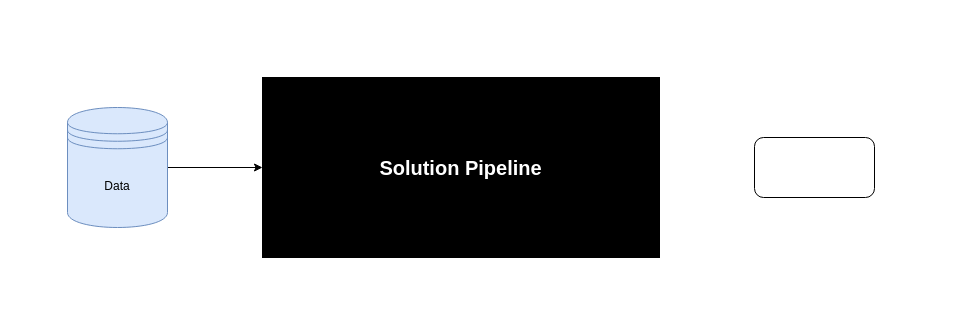
Earlier version of the draw.io diagram Diagrams/overall_idea.drawio (bmaelum/ml_pipeline). Source tidied: cells renumbered, new cells numbered last; positions are measured from the earlier drawing's top-left corner, leaving out a move shared by most shapes. Both pictures are drawn from the tidied source at 100%, with x=0, y=0 at pixel (67, 77).
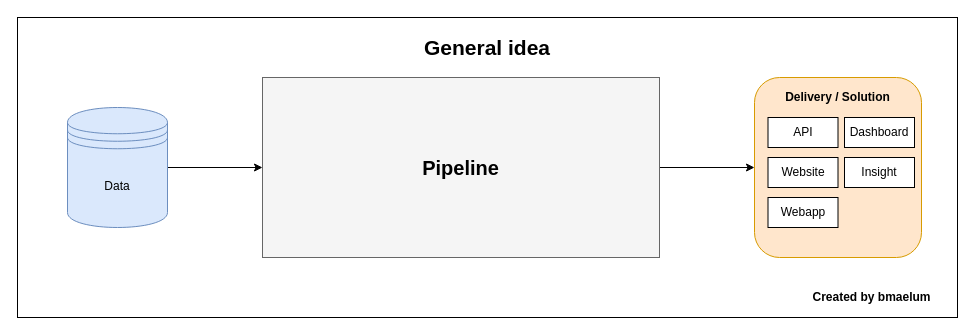
Above is the later version.

Commit message (it also covers changes not shown here):
Added overall idea diagram v01

Change to the diagram source:
```diff
@@
 <mxGraphModel>
   <root>
     <mxCell id="0" />
     <mxCell id="1" parent="0" />
+    <mxCell id="6" style="rounded=0;whiteSpace=wrap;html=1;fillColor=#FFFFFF;" parent="1" vertex="1">
+      <mxGeometry x="-50" y="-60" width="940" height="300" as="geometry" />
+    </mxCell>
+    <mxCell id="7" style="edgeStyle=orthogonalEdgeStyle;rounded=0;jettySize=auto;html=1;exitX=1;exitY=0.5;exitDx=0;exitDy=0;" parent="1" edge="1" source="2" target="5">
+      <mxGeometry relative="1" as="geometry" />
+    </mxCell>
-    <mxCell id="2" value="&lt;font color=&quot;#ffffff&quot; size=&quot;1&quot;&gt;&lt;b style=&quot;font-size: 20px&quot;&gt;Solution Pipeline&lt;br&gt;&lt;/b&gt;&lt;/font&gt;" style="rounded=0;whiteSpace=wrap;html=1;fillColor=#000000;" parent="1" vertex="1">
+    <mxCell id="2" value="&lt;font size=&quot;1&quot;&gt;&lt;b style=&quot;font-size: 20px&quot;&gt;&lt;font color=&quot;#000000&quot;&gt;Pipeline&lt;/font&gt;&lt;br&gt;&lt;/b&gt;&lt;/font&gt;" style="rounded=0;whiteSpace=wrap;html=1;fillColor=#f5f5f5;strokeColor=#666666;fontColor=#333333;" parent="1" vertex="1">
       <mxGeometry x="195" width="397" height="180" as="geometry" />
     </mxCell>
     <mxCell id="3" style="edgeStyle=orthogonalEdgeStyle;rounded=0;jettySize=auto;html=1;" parent="1" edge="1" source="4" target="2">
       <mxGeometry relative="1" as="geometry" />
     </mxCell>
     <mxCell id="4" value="Data" style="shape=datastore;whiteSpace=wrap;html=1;fillColor=#dae8fc;strokeColor=#6c8ebf;" parent="1" vertex="1">
       <mxGeometry y="30" width="100" height="120" as="geometry" />
     </mxCell>
-    <mxCell id="5" style="rounded=1;whiteSpace=wrap;html=1;fillColor=#FFFFFF;" parent="1" vertex="1">
-      <mxGeometry x="687" y="60" width="120" height="60" as="geometry" />
+    <mxCell id="5" style="rounded=1;whiteSpace=wrap;html=1;fillColor=#ffe6cc;strokeColor=#d79b00;" parent="1" vertex="1">
+      <mxGeometry x="687" width="167" height="180" as="geometry" />
     </mxCell>
+    <mxCell id="8" value="Delivery / Solution" style="text;html=1;strokeColor=none;fillColor=none;align=center;verticalAlign=middle;whiteSpace=wrap;rounded=0;fontStyle=1;" parent="1" vertex="1">
+      <mxGeometry x="712" y="10" width="117" height="20" as="geometry" />
+    </mxCell>
+    <mxCell id="9" value="API" style="rounded=0;whiteSpace=wrap;html=1;fillColor=#FFFFFF;" parent="1" vertex="1">
+      <mxGeometry x="700.5" y="40" width="70" height="30" as="geometry" />
+    </mxCell>
+    <mxCell id="10" value="Website" style="rounded=0;whiteSpace=wrap;html=1;fillColor=#FFFFFF;" parent="1" vertex="1">
+      <mxGeometry x="700.5" y="80" width="70" height="30" as="geometry" />
+    </mxCell>
+    <mxCell id="11" value="Webapp" style="rounded=0;whiteSpace=wrap;html=1;fillColor=#FFFFFF;" parent="1" vertex="1">
+      <mxGeometry x="700.5" y="120" width="70" height="30" as="geometry" />
+    </mxCell>
+    <mxCell id="12" value="Dashboard" style="rounded=0;whiteSpace=wrap;html=1;fillColor=#FFFFFF;" parent="1" vertex="1">
+      <mxGeometry x="777" y="40" width="70" height="30" as="geometry" />
+    </mxCell>
+    <mxCell id="13" value="Insight" style="rounded=0;whiteSpace=wrap;html=1;fillColor=#FFFFFF;" parent="1" vertex="1">
+      <mxGeometry x="777" y="80" width="70" height="30" as="geometry" />
+    </mxCell>
+    <mxCell id="14" value="Created by bmaelum" style="text;html=1;strokeColor=none;fillColor=none;align=center;verticalAlign=middle;whiteSpace=wrap;rounded=0;fontStyle=1;" parent="1" vertex="1">
+      <mxGeometry x="730" y="210" width="149" height="20" as="geometry" />
+    </mxCell>
+    <mxCell id="15" value="&lt;b&gt;&lt;font style=&quot;font-size: 21px&quot;&gt;General idea&lt;/font&gt;&lt;/b&gt;" style="text;html=1;strokeColor=none;fillColor=none;align=center;verticalAlign=middle;whiteSpace=wrap;rounded=0;" parent="1" vertex="1">
+      <mxGeometry x="355" y="-40" width="130" height="20" as="geometry" />
+    </mxCell>
   </root>
 </mxGraphModel>
```
